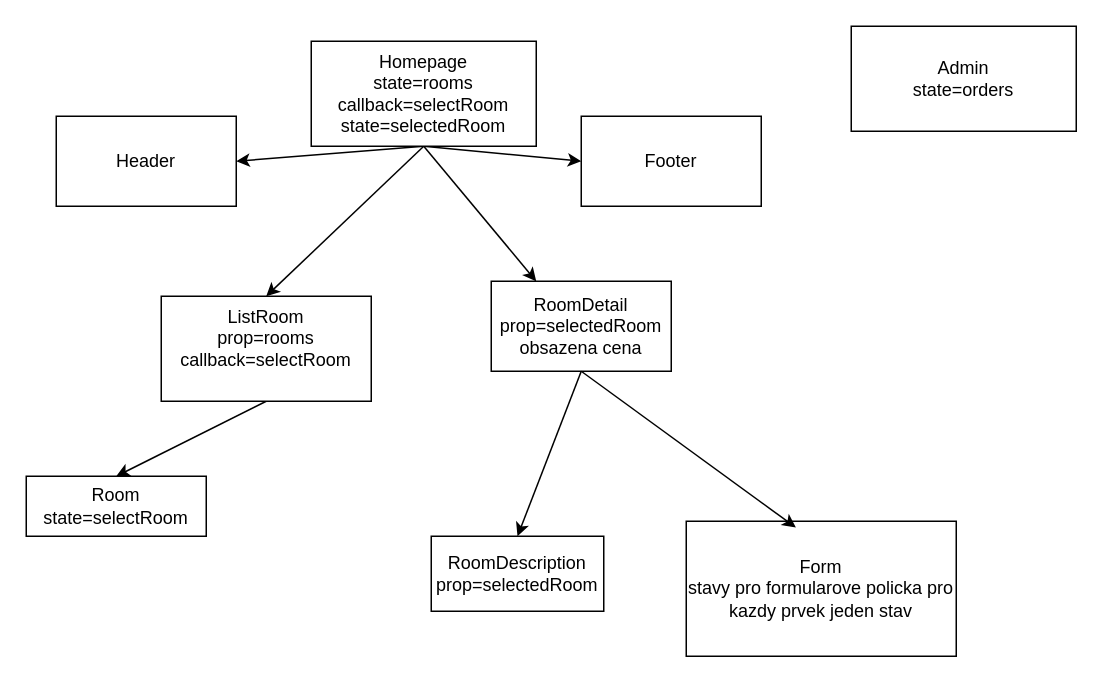
han-fris/projekt-hotel-stribrava keeps this draw.io diagram as src/pages/structure.dio. Above is the earlier version. Source tidied: cells renumbered, new cells numbered last; positions are measured from the earlier drawing's top-left corner, leaving out a move shared by most shapes. Both pictures are drawn from the tidied source at 150%, with x=0, y=0 at pixel (26, 26).
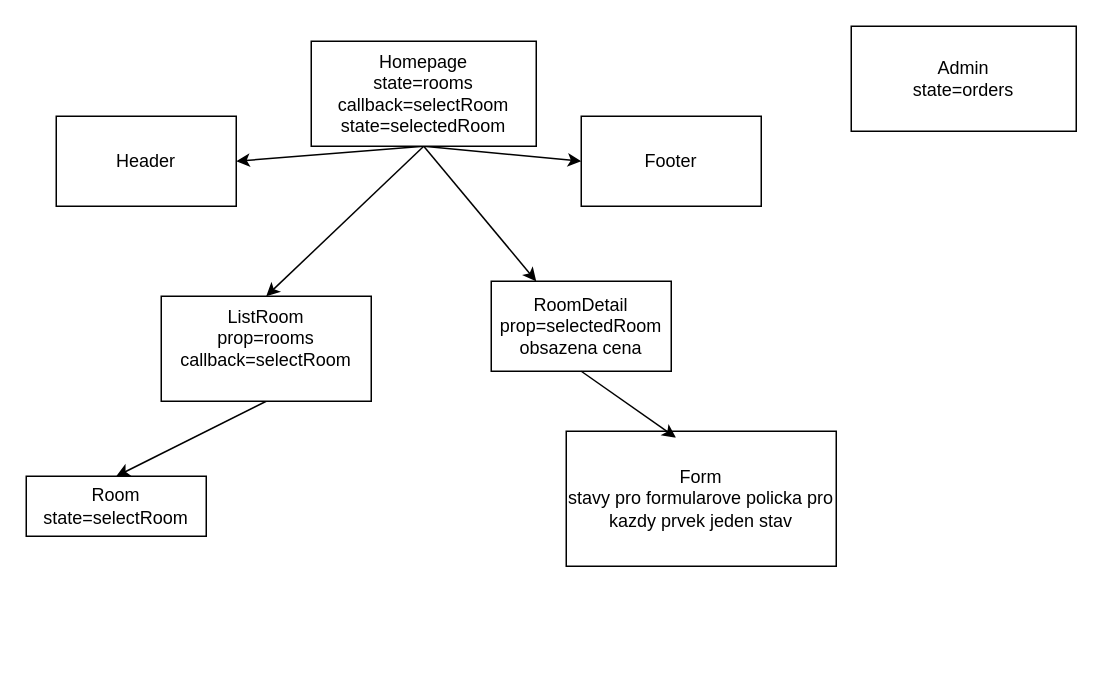
After the change.

Change to the diagram source:
```diff
@@
 <mxGraphModel>
   <root>
     <mxCell id="0" />
     <mxCell id="1" parent="0" />
     <mxCell id="2" style="edgeStyle=none;html=1;exitX=0.5;exitY=1;exitDx=0;exitDy=0;entryX=1;entryY=0.5;entryDx=0;entryDy=0;" parent="1" edge="1" source="6" target="14">
       <mxGeometry relative="1" as="geometry" />
     </mxCell>
     <mxCell id="3" style="edgeStyle=none;html=1;exitX=0.5;exitY=1;exitDx=0;exitDy=0;entryX=0;entryY=0.5;entryDx=0;entryDy=0;" parent="1" edge="1" source="6" target="8">
       <mxGeometry relative="1" as="geometry" />
     </mxCell>
     <mxCell id="4" style="edgeStyle=none;html=1;exitX=0.5;exitY=1;exitDx=0;exitDy=0;entryX=0.5;entryY=0;entryDx=0;entryDy=0;" parent="1" edge="1" source="6" target="10">
       <mxGeometry relative="1" as="geometry" />
     </mxCell>
     <mxCell id="5" style="edgeStyle=none;html=1;exitX=0.5;exitY=1;exitDx=0;exitDy=0;entryX=0.25;entryY=0;entryDx=0;entryDy=0;" parent="1" edge="1" source="6" target="13">
       <mxGeometry relative="1" as="geometry" />
     </mxCell>
     <mxCell id="6" value="Homepage&lt;div&gt;state=rooms&lt;/div&gt;&lt;div&gt;callback=selectRoom&lt;/div&gt;&lt;div&gt;state=selectedRoom&lt;/div&gt;" style="rounded=0;whiteSpace=wrap;html=1;" parent="1" vertex="1">
       <mxGeometry x="190" y="10" width="150" height="70" as="geometry" />
     </mxCell>
-    <mxCell id="7" value="RoomDescription&lt;div&gt;prop=selectedRoom&lt;/div&gt;" style="rounded=0;whiteSpace=wrap;html=1;" parent="1" vertex="1">
-      <mxGeometry x="270" y="340" width="115" height="50" as="geometry" />
-    </mxCell>
     <mxCell id="8" value="Footer" style="rounded=0;whiteSpace=wrap;html=1;" parent="1" vertex="1">
       <mxGeometry x="370" y="60" width="120" height="60" as="geometry" />
     </mxCell>
     <mxCell id="9" style="edgeStyle=none;html=1;exitX=0.5;exitY=1;exitDx=0;exitDy=0;entryX=0.5;entryY=0;entryDx=0;entryDy=0;" parent="1" edge="1" source="10" target="11">
       <mxGeometry relative="1" as="geometry" />
     </mxCell>
     <mxCell id="10" value="ListRoom&lt;div&gt;&lt;font color=&quot;#000000&quot;&gt;prop=rooms&lt;/font&gt;&lt;/div&gt;&lt;div&gt;&lt;font color=&quot;#000000&quot;&gt;&lt;font color=&quot;#000000&quot;&gt;callback=selectRoom&lt;br&gt;&lt;/font&gt;&lt;/font&gt;&lt;div&gt;&lt;br&gt;&lt;/div&gt;&lt;/div&gt;" style="rounded=0;whiteSpace=wrap;html=1;" parent="1" vertex="1">
       <mxGeometry x="90" y="180" width="140" height="70" as="geometry" />
     </mxCell>
     <mxCell id="11" value="Room&lt;div&gt;state=selectRoom&lt;/div&gt;" style="rounded=0;whiteSpace=wrap;html=1;" parent="1" vertex="1">
       <mxGeometry y="300" width="120" height="40" as="geometry" />
     </mxCell>
-    <mxCell id="12" style="edgeStyle=none;html=1;exitX=0.5;exitY=1;exitDx=0;exitDy=0;entryX=0.5;entryY=0;entryDx=0;entryDy=0;" parent="1" edge="1" source="13" target="7">
-      <mxGeometry relative="1" as="geometry" />
-    </mxCell>
     <mxCell id="13" value="RoomDetail&lt;div&gt;prop=selectedRoom&lt;/div&gt;&lt;div&gt;obsazena cena&lt;/div&gt;" style="rounded=0;whiteSpace=wrap;html=1;" parent="1" vertex="1">
       <mxGeometry x="310" y="170" width="120" height="60" as="geometry" />
     </mxCell>
     <mxCell id="14" value="Header" style="rounded=0;whiteSpace=wrap;html=1;" parent="1" vertex="1">
       <mxGeometry x="20" y="60" width="120" height="60" as="geometry" />
     </mxCell>
     <mxCell id="15" value="Form&lt;div&gt;stavy pro formularove policka pro kazdy prvek jeden stav&lt;/div&gt;" style="rounded=0;whiteSpace=wrap;html=1;" parent="1" vertex="1">
-      <mxGeometry x="440" y="330" width="180" height="90" as="geometry" />
+      <mxGeometry x="360" y="270" width="180" height="90" as="geometry" />
     </mxCell>
     <mxCell id="16" style="edgeStyle=none;html=1;exitX=0.5;exitY=1;exitDx=0;exitDy=0;entryX=0.406;entryY=0.047;entryDx=0;entryDy=0;entryPerimeter=0;" parent="1" edge="1" source="13" target="15">
       <mxGeometry relative="1" as="geometry" />
     </mxCell>
     <mxCell id="17" value="Admin&lt;div&gt;state=orders&lt;/div&gt;" style="rounded=0;whiteSpace=wrap;html=1;" parent="1" vertex="1">
       <mxGeometry x="550" width="150" height="70" as="geometry" />
     </mxCell>
   </root>
 </mxGraphModel>
```
